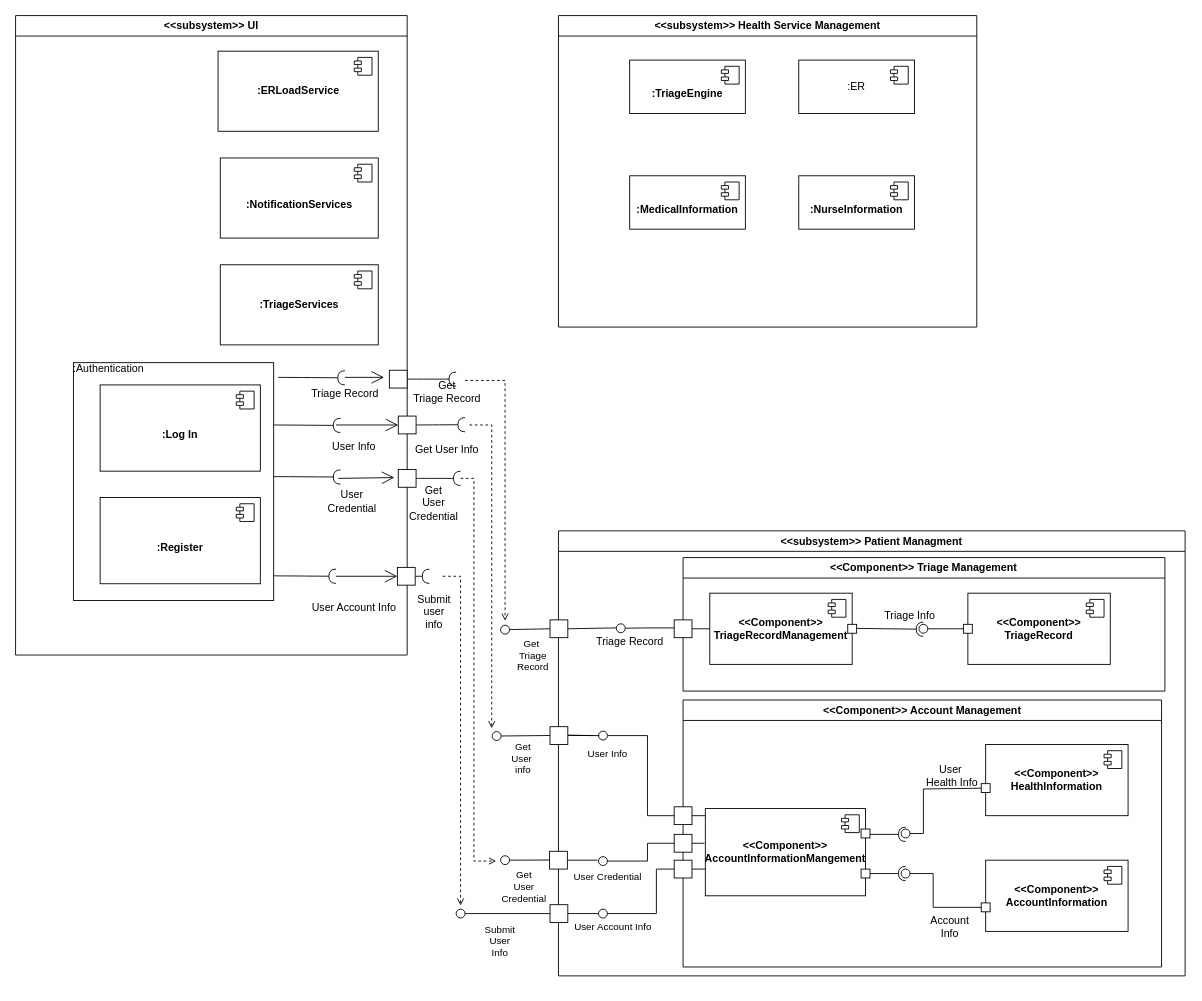
uvic-teach/project-m1-team8 keeps this draw.io diagram as Usecases/C&C_patient_management.drawio. Above is the earlier version. Source tidied: cells renumbered, new cells numbered last; positions are measured from the earlier drawing's top-left corner, leaving out a move shared by most shapes. Both pictures are drawn from the tidied source at 89%, with x=0, y=0 at pixel (15, 15).
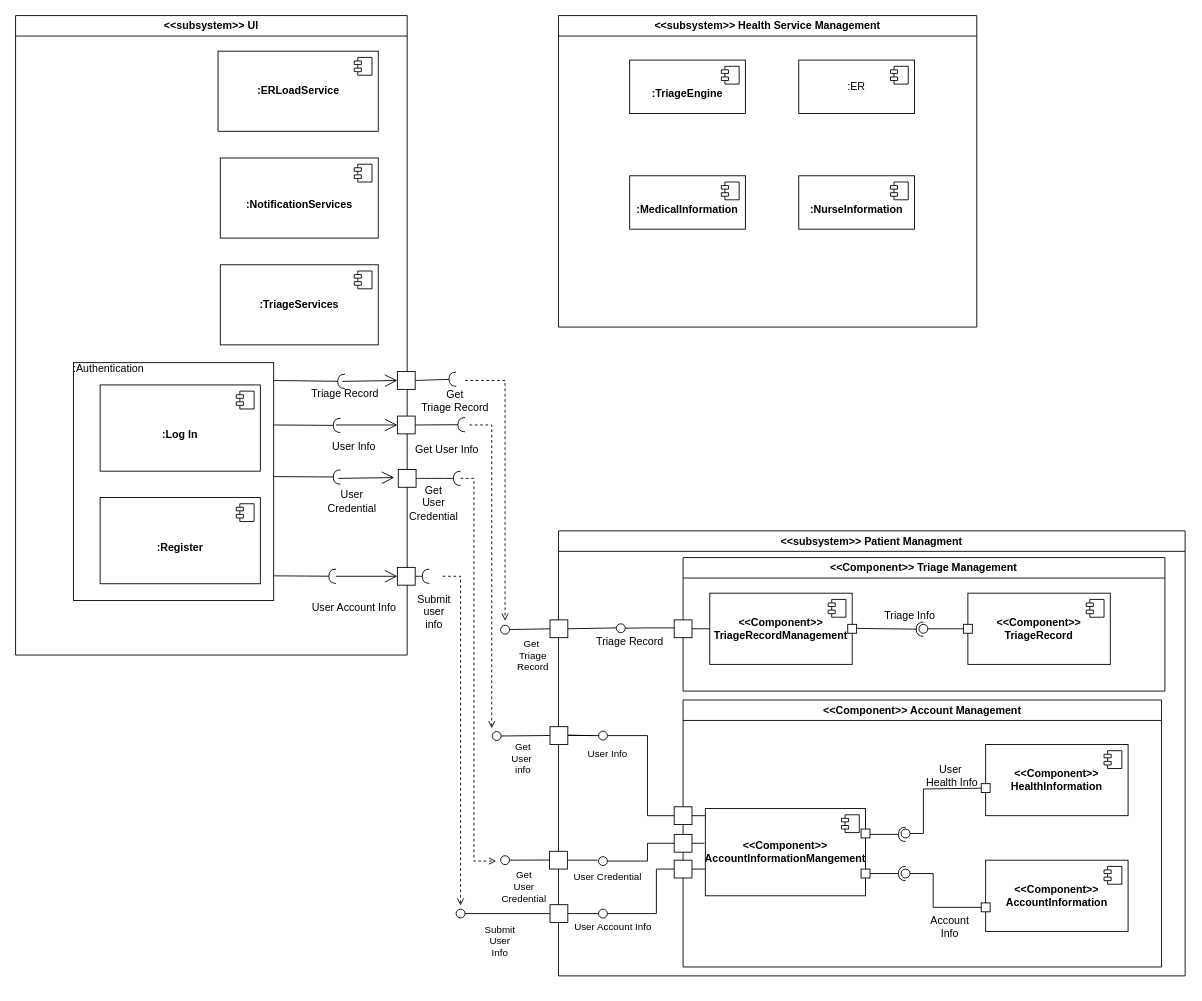
The same diagram, later.

Unchanged cells that the change refers to:
```xml
<mxCell id="4" value="&amp;lt;&amp;lt;subsystem&amp;gt;&amp;gt; UI" style="swimlane;whiteSpace=wrap;html=1;" parent="1" vertex="1">
  <mxGeometry width="440" height="718.5" as="geometry" />
</mxCell>
<mxCell id="5" value=":Authentication" style="verticalAlign=top;align=left;overflow=fill;fontSize=12;fontFamily=Helvetica;html=1;whiteSpace=wrap;" parent="4" vertex="1">
  <mxGeometry x="65" y="390" width="225" height="267.2" as="geometry" />
</mxCell>
<mxCell id="29" value="Triage Record" style="text;html=1;align=center;verticalAlign=middle;points=[];strokeColor=none;fillColor=none;" parent="4" vertex="1">
  <mxGeometry x="320" y="410" width="100" height="30" as="geometry" />
</mxCell>
```

The edit, as a diff of the source:
```diff
@@
-    <mxCell id="25" style="rounded=0;whiteSpace=wrap;html=1;" parent="4" vertex="1">
-      <mxGeometry x="420" y="398.5" width="20" height="20" as="geometry" />
-    </mxCell>
-    <mxCell id="26" style="rounded=0;orthogonalLoop=1;jettySize=auto;html=1;endArrow=halfCircle;endFill=0;endSize=6;strokeWidth=1;sketch=0;fontSize=12;curved=1;exitX=1;exitY=0.25;exitDx=0;exitDy=0;" parent="4" edge="1">
-      <mxGeometry relative="1" as="geometry">
-        <mxPoint x="295" y="406.5" as="sourcePoint" />
-        <mxPoint x="370" y="407" as="targetPoint" />
-      </mxGeometry>
+    <mxCell id="26" style="rounded=0;jettySize=auto;html=1;endArrow=halfCircle;endFill=0;endSize=6;strokeWidth=1;sketch=0;fontSize=12;curved=1;exitX=1;exitY=0.075;exitDx=0;exitDy=0;exitPerimeter=0;entryX=0.5;entryY=0.033;entryDx=0;entryDy=0;entryPerimeter=0;" parent="4" edge="1" source="5" target="29">
+      <mxGeometry relative="1" as="geometry" />
     </mxCell>
@@
-    <mxCell id="28" style="endArrow=open;endFill=1;endSize=12;html=1;rounded=0;entryX=-0.3;entryY=0.4;entryDx=0;entryDy=0;entryPerimeter=0;" parent="4" edge="1" target="25">
-      <mxGeometry relative="1" as="geometry">
-        <mxPoint x="370" y="406.5" as="sourcePoint" />
-      </mxGeometry>
+    <mxCell id="28" style="endArrow=open;endFill=1;endSize=12;html=1;rounded=0;entryX=0;entryY=0.5;entryDx=0;entryDy=0;exitX=0.47;exitY=0.033;exitDx=0;exitDy=0;exitPerimeter=0;" parent="4" edge="1" source="29" target="25">
+      <mxGeometry relative="1" as="geometry" />
     </mxCell>
@@
+    <mxCell id="25" style="rounded=0;whiteSpace=wrap;html=1;" parent="4" vertex="1">
+      <mxGeometry x="429" y="400" width="20" height="20" as="geometry" />
+    </mxCell>
+    <mxCell id="111" style="rounded=0;whiteSpace=wrap;html=1;" parent="4" vertex="1">
+      <mxGeometry x="429" y="450" width="20" height="20" as="geometry" />
+    </mxCell>
@@
-    <mxCell id="111" style="rounded=0;whiteSpace=wrap;html=1;" parent="1" vertex="1">
-      <mxGeometry x="430" y="450" width="20" height="20" as="geometry" />
-    </mxCell>
@@
     <mxCell id="115" value="Get&lt;br&gt;Triage Record" style="text;html=1;strokeColor=none;fillColor=none;align=center;verticalAlign=middle;whiteSpace=wrap;rounded=0;" parent="1" vertex="1">
-      <mxGeometry x="440" y="410" width="90" height="25" as="geometry" />
+      <mxGeometry x="449" y="420" width="90" height="25" as="geometry" />
     </mxCell>
```
